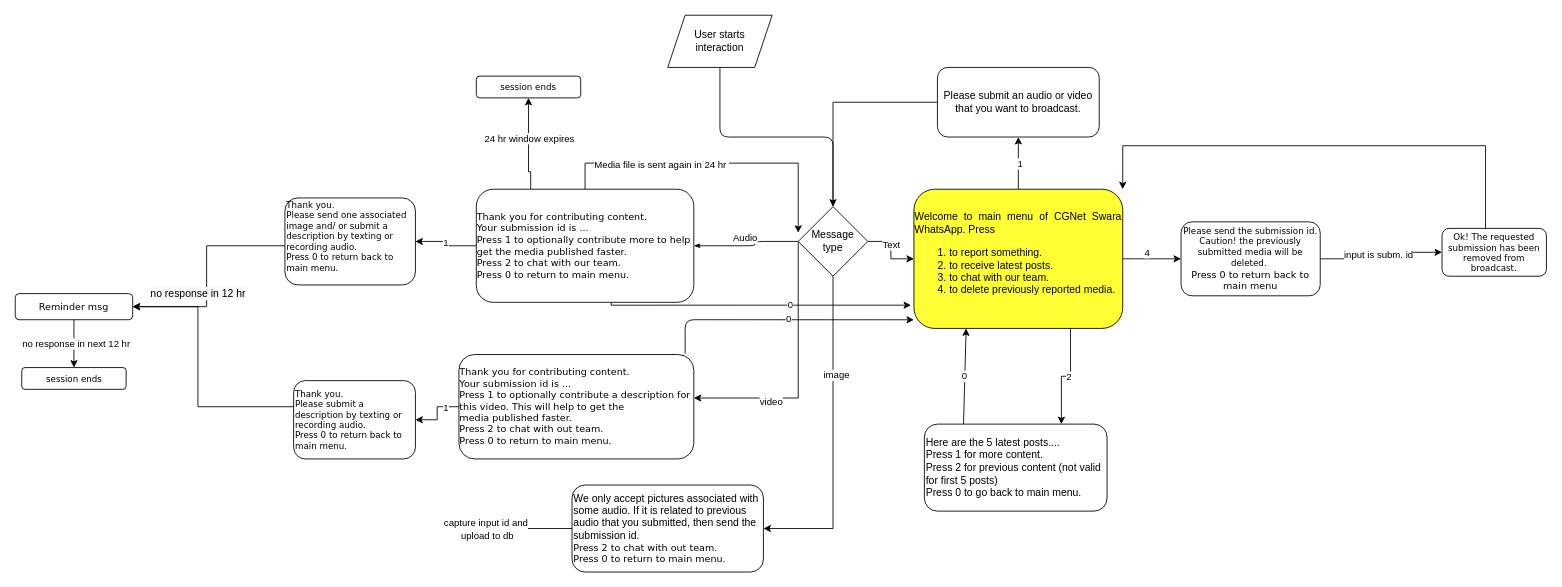
Earlier version of the draw.io diagram page "3 DisseminationFlow" (2 of 6) of DisseminationFlow.drawio (PriyankaVerma98/CGNetSwara-WhatsApp). Source tidied: cells renumbered, new cells numbered last; positions are measured from the earlier drawing's top-left corner, leaving out a move shared by most shapes. Both pictures are drawn from the tidied source at 87%, with x=0, y=0 at pixel (15, 15).
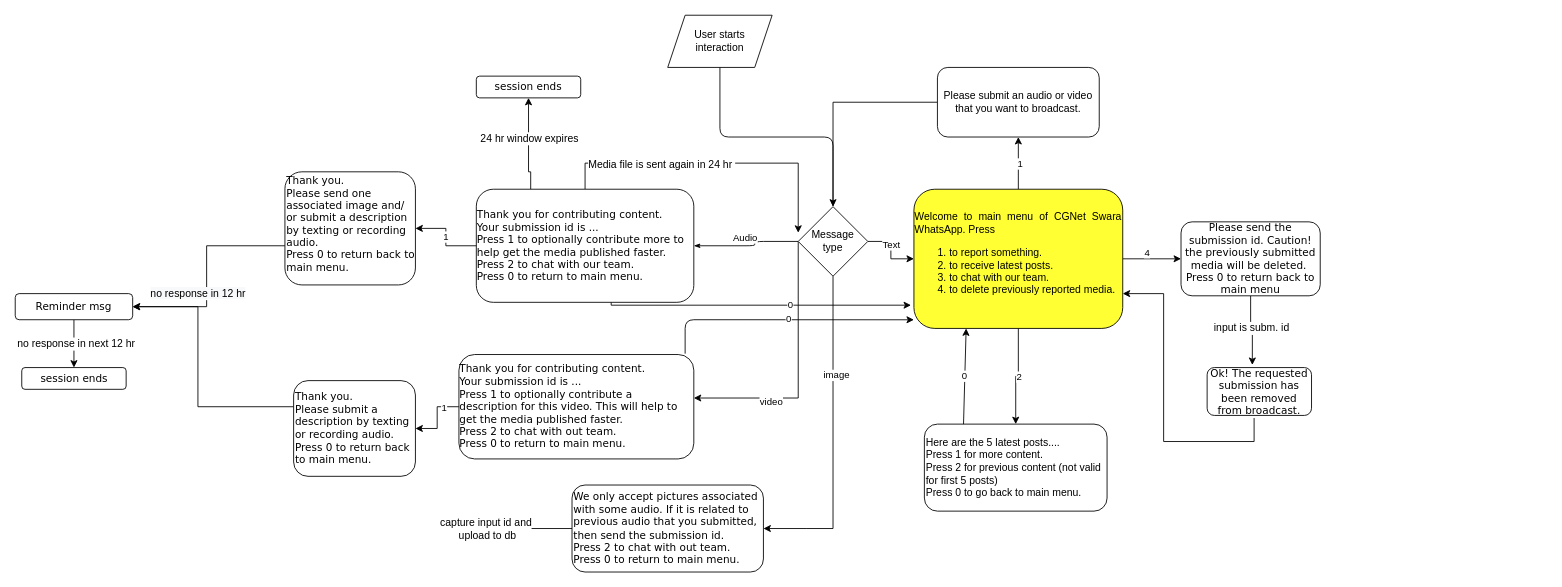
The same page after the edit.

The change refers to these unchanged cells:
```xml
<mxCell id="15" style="edgeStyle=orthogonalEdgeStyle;rounded=0;jettySize=auto;html=1;" parent="1" edge="1" source="19">
  <mxGeometry relative="1" as="geometry">
    <mxPoint x="900" y="250" as="targetPoint" />
    <Array as="points">
      <mxPoint x="655" y="170" />
      <mxPoint x="900" y="170" />
    </Array>
  </mxGeometry>
</mxCell>
<mxCell id="17" style="edgeStyle=orthogonalEdgeStyle;rounded=0;jettySize=auto;html=1;exitX=0.25;exitY=0;exitDx=0;exitDy=0;entryX=0.5;entryY=1;entryDx=0;entryDy=0;" parent="1" edge="1" source="19" target="50">
  <mxGeometry relative="1" as="geometry">
    <Array as="points">
      <mxPoint x="592" y="180" />
      <mxPoint x="590" y="180" />
    </Array>
  </mxGeometry>
</mxCell>
<mxCell id="26" value="&lt;div style=&quot;text-align: justify&quot;&gt;&lt;div&gt;&lt;span style=&quot;text-align: center&quot;&gt;Welcome to main menu of CGNet Swara WhatsApp. Press&lt;/span&gt;&lt;br style=&quot;text-align: center&quot;&gt;&lt;/div&gt;&lt;ol&gt;&lt;li&gt;to report something.&lt;br&gt;&lt;/li&gt;&lt;li&gt;to receive latest posts.&lt;br&gt;&lt;/li&gt;&lt;li&gt;to chat with our team.&lt;/li&gt;&lt;li&gt;to delete previously reported media.&lt;/li&gt;&lt;/ol&gt;&lt;/div&gt;" style="rounded=1;whiteSpace=wrap;html=1;fillColor=#FFFF33;" parent="1" vertex="1">
  <mxGeometry x="1033" y="200" width="240" height="160" as="geometry" />
</mxCell>
<mxCell id="27" value="Here are the 5 latest posts....&lt;br&gt;Press 1 for more content.&amp;nbsp;&lt;br&gt;Press 2 for previous content (not valid for first 5 posts)&lt;br&gt;Press 0 to go back to main menu." style="whiteSpace=wrap;html=1;rounded=1;align=left;" parent="1" vertex="1">
  <mxGeometry x="1045" y="470" width="210" height="100" as="geometry" />
</mxCell>
<mxCell id="29" style="edgeStyle=orthogonalEdgeStyle;rounded=0;jettySize=auto;html=1;entryX=0.5;entryY=0;entryDx=0;entryDy=0;exitX=0.5;exitY=1;exitDx=0;exitDy=0;" parent="1" edge="1" source="47" target="32">
  <mxGeometry relative="1" as="geometry" />
</mxCell>
<mxCell id="51" style="edgeStyle=orthogonalEdgeStyle;rounded=0;jettySize=auto;html=1;" parent="1" edge="1" source="53">
  <mxGeometry relative="1" as="geometry">
    <mxPoint x="510" y="590" as="targetPoint" />
  </mxGeometry>
</mxCell>
```

Change to the diagram source:
```diff
@@
-    <mxCell id="16" value="Media file is sent again in 24 hr&amp;nbsp;" style="edgeLabel;html=1;align=center;verticalAlign=middle;" parent="15" vertex="1">
+    <mxCell id="16" value="&lt;font style=&quot;font-size: 12px&quot;&gt;Media file is sent again in 24 hr&amp;nbsp;&lt;/font&gt;" style="edgeLabel;html=1;align=center;verticalAlign=middle;" parent="15" vertex="1">
       <mxGeometry x="-0.34" y="-1" relative="1" as="geometry" />
     </mxCell>
@@
-    <mxCell id="18" value="24 hr window expires" style="edgeLabel;html=1;align=center;verticalAlign=middle;" parent="17" vertex="1">
+    <mxCell id="18" value="&lt;font style=&quot;font-size: 12px&quot;&gt;24 hr window expires&lt;/font&gt;" style="edgeLabel;html=1;align=center;verticalAlign=middle;" parent="17" vertex="1">
       <mxGeometry x="-0.51" y="-1" relative="1" as="geometry">
         <mxPoint x="-1" y="-35.4" as="offset" />
       </mxGeometry>
     </mxCell>
-    <mxCell id="19" value="&lt;p&gt;&lt;/p&gt;&lt;div&gt;&lt;div style=&quot;text-align: left&quot;&gt;&lt;span style=&quot;font-size: 11px&quot;&gt;Thank you for contributing content. Your&amp;nbsp;submission&amp;nbsp;id is ...&amp;nbsp;&lt;/span&gt;&lt;/div&gt;&lt;div style=&quot;text-align: left&quot;&gt;&lt;span style=&quot;font-size: 11px&quot;&gt;Press 1 to optionally contribute more to help get the media&amp;nbsp;&lt;/span&gt;&lt;span style=&quot;font-size: 11px&quot;&gt;published&amp;nbsp;faster.&lt;/span&gt;&lt;/div&gt;&lt;div style=&quot;text-align: left&quot;&gt;&lt;span style=&quot;font-size: 11px&quot;&gt;Press 2 to chat with our team.&lt;/span&gt;&lt;/div&gt;&lt;div&gt;&lt;div style=&quot;text-align: left&quot;&gt;&lt;span style=&quot;font-size: 11px&quot;&gt;Press 0 to return to main menu.&amp;nbsp;&lt;/span&gt;&lt;/div&gt;&lt;/div&gt;&lt;/div&gt;&lt;p&gt;&lt;/p&gt;" style="rounded=1;whiteSpace=wrap;html=1;shadow=0;labelBackgroundColor=none;strokeWidth=1;fontFamily=Verdana;fontSize=8;align=center;" parent="1" vertex="1">
+    <mxCell id="19" value="&lt;p&gt;&lt;/p&gt;&lt;div&gt;&lt;div style=&quot;text-align: left&quot;&gt;&lt;font style=&quot;font-size: 12px&quot;&gt;Thank you for contributing content. Your&amp;nbsp;submission&amp;nbsp;id is ...&amp;nbsp;&lt;/font&gt;&lt;/div&gt;&lt;div style=&quot;text-align: left&quot;&gt;&lt;font style=&quot;font-size: 12px&quot;&gt;Press 1 to optionally contribute more to help get the media&amp;nbsp;published&amp;nbsp;faster.&lt;/font&gt;&lt;/div&gt;&lt;div style=&quot;text-align: left&quot;&gt;&lt;font style=&quot;font-size: 12px&quot;&gt;Press 2 to chat with our team.&lt;/font&gt;&lt;/div&gt;&lt;div&gt;&lt;div style=&quot;text-align: left&quot;&gt;&lt;font style=&quot;font-size: 12px&quot;&gt;Press 0 to return to main menu.&amp;nbsp;&lt;/font&gt;&lt;/div&gt;&lt;/div&gt;&lt;/div&gt;&lt;p&gt;&lt;/p&gt;" style="rounded=1;whiteSpace=wrap;html=1;shadow=0;labelBackgroundColor=none;strokeWidth=1;fontFamily=Verdana;fontSize=8;align=center;" parent="1" vertex="1">
       <mxGeometry x="530" y="200" width="250" height="130" as="geometry" />
     </mxCell>
-    <mxCell id="20" style="edgeStyle=orthogonalEdgeStyle;rounded=0;jettySize=auto;html=1;exitX=0.75;exitY=1;exitDx=0;exitDy=0;entryX=0.75;entryY=0;entryDx=0;entryDy=0;" parent="1" edge="1" source="26" target="27">
+    <mxCell id="20" style="edgeStyle=orthogonalEdgeStyle;rounded=0;jettySize=auto;html=1;exitX=0.5;exitY=1;exitDx=0;exitDy=0;entryX=0.5;entryY=0;entryDx=0;entryDy=0;" parent="1" edge="1" source="26" target="27">
       <mxGeometry relative="1" as="geometry" />
     </mxCell>
@@
-    <mxCell id="30" value="no response in next 12 hr" style="edgeLabel;html=1;align=center;verticalAlign=middle;" parent="29" vertex="1">
+    <mxCell id="30" value="&lt;font style=&quot;font-size: 12px&quot;&gt;no response in next 12 hr&lt;/font&gt;" style="edgeLabel;html=1;align=center;verticalAlign=middle;" parent="29" vertex="1">
       <mxGeometry x="-0.02" y="1" relative="1" as="geometry">
         <mxPoint x="1" as="offset" />
       </mxGeometry>
     </mxCell>
@@
-    <mxCell id="32" value="&lt;font style=&quot;font-size: 10px&quot;&gt;session ends&lt;/font&gt;" style="whiteSpace=wrap;html=1;rounded=1;shadow=0;fontFamily=Verdana;fontSize=8;strokeWidth=1;" parent="1" vertex="1">
+    <mxCell id="32" value="&lt;font style=&quot;font-size: 12px&quot;&gt;session ends&lt;/font&gt;" style="whiteSpace=wrap;html=1;rounded=1;shadow=0;fontFamily=Verdana;fontSize=8;strokeWidth=1;" parent="1" vertex="1">
       <mxGeometry x="7.5" y="405" width="120" height="25" as="geometry" />
     </mxCell>
@@
-    <mxCell id="35" value="&lt;p&gt;&lt;/p&gt;&lt;div&gt;&lt;div style=&quot;text-align: left&quot;&gt;&lt;span style=&quot;font-size: 11px&quot;&gt;Thank you for contributing content. Your&amp;nbsp;submission&amp;nbsp;id is ...&amp;nbsp;&lt;/span&gt;&lt;/div&gt;&lt;div style=&quot;text-align: left&quot;&gt;&lt;span style=&quot;font-size: 11px&quot;&gt;Press 1 to optionally contribute a description for this video. This will help to get the media&amp;nbsp;&lt;/span&gt;&lt;span style=&quot;font-size: 11px&quot;&gt;published&amp;nbsp;faster.&lt;/span&gt;&lt;/div&gt;&lt;div style=&quot;text-align: left&quot;&gt;&lt;span style=&quot;font-size: 11px&quot;&gt;Press 2 to chat with out team.&lt;/span&gt;&lt;span style=&quot;font-size: 11px&quot;&gt;&lt;br&gt;&lt;/span&gt;&lt;/div&gt;&lt;div&gt;&lt;div style=&quot;text-align: left&quot;&gt;&lt;span style=&quot;font-size: 11px&quot;&gt;Press 0 to return to main menu.&amp;nbsp;&lt;/span&gt;&lt;/div&gt;&lt;/div&gt;&lt;/div&gt;&lt;p&gt;&lt;/p&gt;" style="rounded=1;whiteSpace=wrap;html=1;shadow=0;labelBackgroundColor=none;strokeWidth=1;fontFamily=Verdana;fontSize=8;align=center;" parent="1" vertex="1">
+    <mxCell id="35" value="&lt;p&gt;&lt;/p&gt;&lt;div&gt;&lt;div style=&quot;text-align: left&quot;&gt;&lt;font style=&quot;font-size: 12px&quot;&gt;Thank you for contributing content. Your&amp;nbsp;submission&amp;nbsp;id is ...&amp;nbsp;&lt;/font&gt;&lt;/div&gt;&lt;div style=&quot;text-align: left&quot;&gt;&lt;font style=&quot;font-size: 12px&quot;&gt;Press 1 to optionally contribute a description for this video. This will help to get the media&amp;nbsp;published&amp;nbsp;faster.&lt;/font&gt;&lt;/div&gt;&lt;div style=&quot;text-align: left&quot;&gt;&lt;font style=&quot;font-size: 12px&quot;&gt;Press 2 to chat with out team.&lt;br&gt;&lt;/font&gt;&lt;/div&gt;&lt;div&gt;&lt;div style=&quot;text-align: left&quot;&gt;&lt;font style=&quot;font-size: 12px&quot;&gt;Press 0 to return to main menu.&amp;nbsp;&lt;/font&gt;&lt;/div&gt;&lt;/div&gt;&lt;/div&gt;&lt;p&gt;&lt;/p&gt;" style="rounded=1;whiteSpace=wrap;html=1;shadow=0;labelBackgroundColor=none;strokeWidth=1;fontFamily=Verdana;fontSize=8;align=center;" parent="1" vertex="1">
       <mxGeometry x="510" y="390" width="270" height="120" as="geometry" />
     </mxCell>
@@
-    <mxCell id="39" value="&lt;span style=&quot;font-size: 10px&quot;&gt;Thank you.&lt;/span&gt;&lt;br style=&quot;font-size: 10px&quot;&gt;&lt;span style=&quot;font-size: 10px&quot;&gt;Please submit a description by texting or recording audio.&amp;nbsp;&lt;/span&gt;&lt;br style=&quot;font-size: 10px&quot;&gt;&lt;span style=&quot;font-size: 10px&quot;&gt;Press 0 to return back to main menu.&lt;/span&gt;" style="whiteSpace=wrap;html=1;rounded=1;shadow=0;fontFamily=Verdana;fontSize=8;strokeWidth=1;align=left;" parent="1" vertex="1">
-      <mxGeometry x="320" y="420" width="140" height="90" as="geometry" />
+    <mxCell id="39" value="&lt;font style=&quot;font-size: 12px&quot;&gt;Thank you.&lt;br&gt;Please submit a description by texting or recording audio.&amp;nbsp;&lt;br&gt;Press 0 to return back to main menu.&lt;/font&gt;" style="whiteSpace=wrap;html=1;rounded=1;shadow=0;fontFamily=Verdana;fontSize=8;strokeWidth=1;align=left;" parent="1" vertex="1">
+      <mxGeometry x="320" y="420" width="140" height="110" as="geometry" />
     </mxCell>
@@
-    <mxCell id="43" value="&lt;font style=&quot;font-size: 10px&quot;&gt;Thank you.&lt;br&gt;Please send one associated image and/ or&amp;nbsp;submit a description by texting or recording audio.&amp;nbsp;&lt;br&gt;Press 0 to return back to main menu.&lt;br&gt;&lt;br&gt;&lt;/font&gt;" style="whiteSpace=wrap;html=1;rounded=1;shadow=0;fontFamily=Verdana;fontSize=8;strokeWidth=1;align=left;" parent="1" vertex="1">
-      <mxGeometry x="310" y="210" width="150" height="100" as="geometry" />
+    <mxCell id="43" value="&lt;font&gt;&lt;font style=&quot;font-size: 12px&quot;&gt;Thank you.&lt;br&gt;Please send one associated image and/ or&amp;nbsp;submit a description by texting or recording audio.&amp;nbsp;&lt;br&gt;Press 0 to return back to main menu.&lt;br&gt;&lt;/font&gt;&lt;br&gt;&lt;/font&gt;" style="whiteSpace=wrap;html=1;rounded=1;shadow=0;fontFamily=Verdana;fontSize=8;strokeWidth=1;align=left;" parent="1" vertex="1">
+      <mxGeometry x="310" y="180" width="150" height="130" as="geometry" />
     </mxCell>
-    <mxCell id="44" style="edgeStyle=orthogonalEdgeStyle;rounded=0;jettySize=auto;html=1;entryX=0;entryY=0.5;entryDx=0;entryDy=0;" parent="1" edge="1" source="46" target="49">
+    <mxCell id="44" style="edgeStyle=orthogonalEdgeStyle;rounded=0;jettySize=auto;html=1;entryX=0.433;entryY=-0.055;entryDx=0;entryDy=0;entryPerimeter=0;" parent="1" edge="1" source="46" target="49">
       <mxGeometry relative="1" as="geometry" />
     </mxCell>
-    <mxCell id="45" value="input is subm. id" style="edgeLabel;html=1;align=center;verticalAlign=middle;" parent="44" vertex="1">
+    <mxCell id="45" value="&lt;font style=&quot;font-size: 12px&quot;&gt;input is subm. id&lt;/font&gt;" style="edgeLabel;html=1;align=center;verticalAlign=middle;" parent="44" vertex="1">
       <mxGeometry x="0.03" y="4" relative="1" as="geometry" />
     </mxCell>
-    <mxCell id="46" value="&lt;font&gt;&lt;font size=&quot;1&quot;&gt;Please send the submission id. Caution! the previously submitted media will be deleted.&amp;nbsp;&lt;/font&gt;&lt;span style=&quot;font-size: 11px ; text-align: left&quot;&gt;&lt;br&gt;Press 0 to return back to main menu&lt;/span&gt;&lt;br&gt;&lt;/font&gt;" style="whiteSpace=wrap;html=1;rounded=1;shadow=0;fontFamily=Verdana;fontSize=8;strokeWidth=1;" parent="1" vertex="1">
+    <mxCell id="46" value="&lt;font&gt;&lt;font style=&quot;font-size: 12px&quot;&gt;Please send the submission id. Caution! the previously submitted media will be deleted.&amp;nbsp;&lt;span style=&quot;text-align: left&quot;&gt;&lt;br&gt;Press 0 to return back to main menu&lt;/span&gt;&lt;/font&gt;&lt;br&gt;&lt;/font&gt;" style="whiteSpace=wrap;html=1;rounded=1;shadow=0;fontFamily=Verdana;fontSize=8;strokeWidth=1;" parent="1" vertex="1">
       <mxGeometry x="1340" y="237.5" width="160" height="85" as="geometry" />
     </mxCell>
-    <mxCell id="47" value="&lt;font style=&quot;font-size: 11px&quot;&gt;Reminder msg&lt;/font&gt;" style="whiteSpace=wrap;html=1;rounded=1;shadow=0;fontFamily=Verdana;fontSize=8;strokeWidth=1;" parent="1" vertex="1">
+    <mxCell id="47" value="&lt;font style=&quot;font-size: 12px&quot;&gt;Reminder msg&lt;/font&gt;" style="whiteSpace=wrap;html=1;rounded=1;shadow=0;fontFamily=Verdana;fontSize=8;strokeWidth=1;" parent="1" vertex="1">
       <mxGeometry y="320" width="135" height="30" as="geometry" />
     </mxCell>
-    <mxCell id="48" style="edgeStyle=orthogonalEdgeStyle;rounded=0;jettySize=auto;html=1;entryX=1;entryY=0;entryDx=0;entryDy=0;" parent="1" edge="1" target="26">
+    <mxCell id="48" style="edgeStyle=orthogonalEdgeStyle;rounded=0;jettySize=auto;html=1;entryX=1;entryY=0.75;entryDx=0;entryDy=0;exitX=0.45;exitY=1.055;exitDx=0;exitDy=0;exitPerimeter=0;" parent="1" edge="1" source="49" target="26">
       <mxGeometry relative="1" as="geometry">
-        <mxPoint x="1690" y="250" as="sourcePoint" />
         <Array as="points">
-          <mxPoint x="1690" y="150" />
-          <mxPoint x="1273" y="150" />
+          <mxPoint x="1424" y="490" />
+          <mxPoint x="1320" y="490" />
+          <mxPoint x="1320" y="320" />
         </Array>
       </mxGeometry>
     </mxCell>
-    <mxCell id="49" value="&lt;font&gt;&lt;font size=&quot;1&quot;&gt;Ok! The requested submission has been removed from broadcast.&lt;/font&gt;&lt;br&gt;&lt;/font&gt;" style="whiteSpace=wrap;html=1;rounded=1;shadow=0;fontFamily=Verdana;fontSize=8;strokeWidth=1;" parent="1" vertex="1">
-      <mxGeometry x="1640" y="245" width="120" height="55" as="geometry" />
+    <mxCell id="49" value="&lt;font&gt;&lt;font style=&quot;font-size: 12px&quot;&gt;Ok! The requested submission has been removed from broadcast.&lt;/font&gt;&lt;br&gt;&lt;/font&gt;" style="whiteSpace=wrap;html=1;rounded=1;shadow=0;fontFamily=Verdana;fontSize=8;strokeWidth=1;" parent="1" vertex="1">
+      <mxGeometry x="1370" y="405" width="120" height="55" as="geometry" />
     </mxCell>
-    <mxCell id="50" value="&lt;font style=&quot;font-size: 10px&quot;&gt;session ends&lt;/font&gt;" style="whiteSpace=wrap;html=1;rounded=1;shadow=0;fontFamily=Verdana;fontSize=8;strokeWidth=1;" parent="1" vertex="1">
+    <mxCell id="50" value="&lt;font style=&quot;font-size: 12px&quot;&gt;session ends&lt;/font&gt;" style="whiteSpace=wrap;html=1;rounded=1;shadow=0;fontFamily=Verdana;fontSize=8;strokeWidth=1;" parent="1" vertex="1">
       <mxGeometry x="530" y="70" width="120" height="25" as="geometry" />
     </mxCell>
@@
-    <mxCell id="52" value="capture input id and&lt;br&gt;&amp;nbsp;upload to db" style="edgeLabel;html=1;align=center;verticalAlign=middle;" parent="51" vertex="1">
+    <mxCell id="52" value="&lt;font style=&quot;font-size: 12px&quot;&gt;capture input id and&lt;br&gt;&amp;nbsp;upload to db&lt;/font&gt;" style="edgeLabel;html=1;align=center;verticalAlign=middle;" parent="51" vertex="1">
       <mxGeometry x="-0.14" y="1" relative="1" as="geometry">
         <mxPoint x="-44" y="-1" as="offset" />
       </mxGeometry>
     </mxCell>
-    <mxCell id="53" value="We only accept pictures associated with some audio. If it is related to previous audio that you submitted, then send the submission id.&amp;nbsp;&lt;br&gt;&lt;div style=&quot;font-family: &amp;#34;verdana&amp;#34; ; font-size: 8px&quot;&gt;&lt;span style=&quot;font-size: 11px&quot;&gt;Press 2 to chat with out team.&lt;/span&gt;&lt;span style=&quot;font-size: 11px&quot;&gt;&lt;br&gt;&lt;/span&gt;&lt;/div&gt;&lt;div style=&quot;font-family: &amp;#34;verdana&amp;#34; ; font-size: 8px&quot;&gt;&lt;div&gt;&lt;span style=&quot;font-size: 11px&quot;&gt;Press 0 to return to main menu.&amp;nbsp;&lt;/span&gt;&lt;/div&gt;&lt;/div&gt;" style="rounded=1;whiteSpace=wrap;html=1;align=left;" parent="1" vertex="1">
+    <mxCell id="53" value="&lt;font face=&quot;Verdana&quot;&gt;&lt;font style=&quot;font-size: 12px&quot;&gt;We only accept pictures associated with some audio. If it is related to previous audio that you submitted, then send the submission id.&amp;nbsp;&lt;/font&gt;&lt;br&gt;&lt;/font&gt;&lt;div&gt;&lt;font face=&quot;Verdana&quot; style=&quot;font-size: 12px&quot;&gt;Press 2 to chat with out team.&lt;br&gt;&lt;/font&gt;&lt;/div&gt;&lt;div&gt;&lt;div&gt;&lt;font face=&quot;Verdana&quot; style=&quot;font-size: 12px&quot;&gt;Press 0 to return to main menu.&amp;nbsp;&lt;/font&gt;&lt;/div&gt;&lt;/div&gt;" style="rounded=1;whiteSpace=wrap;html=1;align=left;" parent="1" vertex="1">
       <mxGeometry x="640" y="540" width="220" height="100" as="geometry" />
     </mxCell>
```
